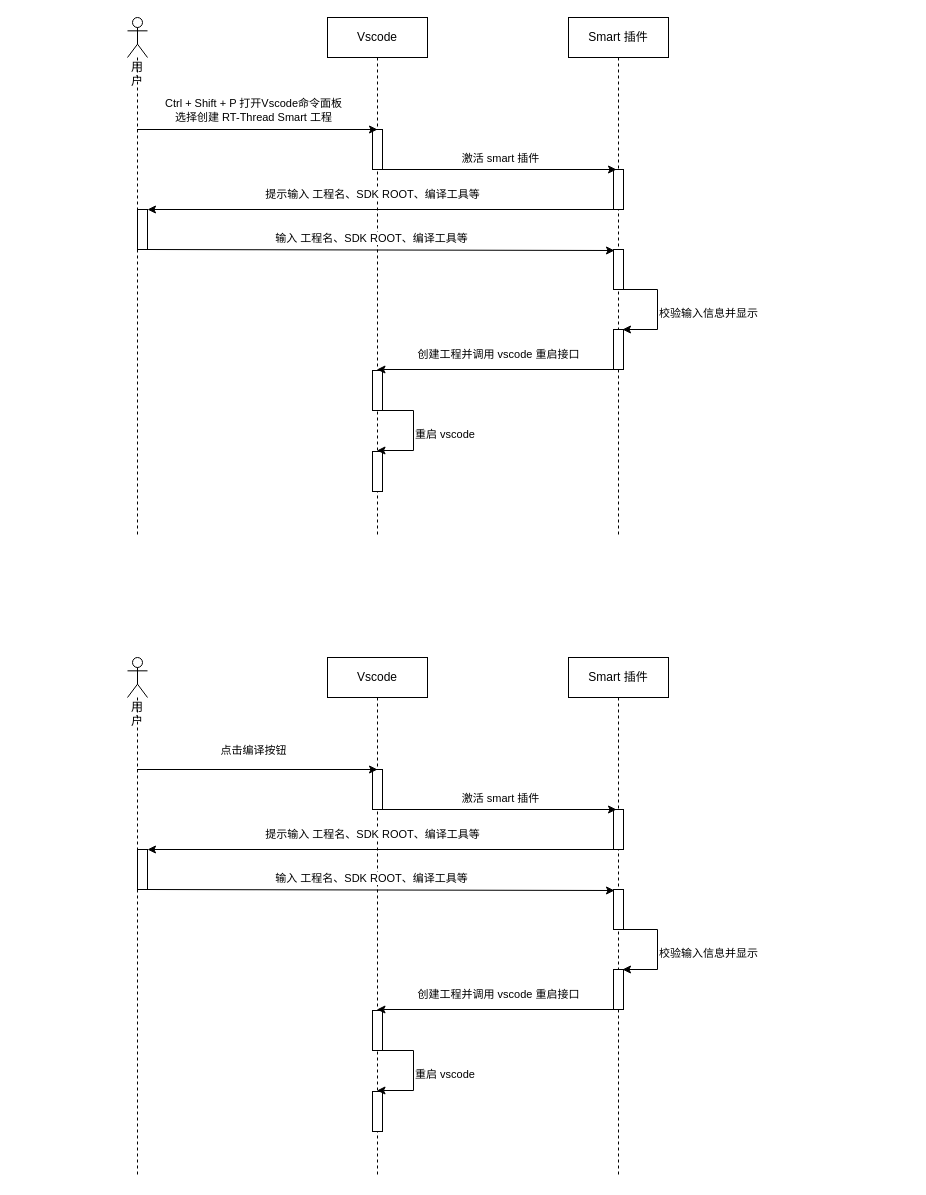
ErikChanGit/Draw.io keeps this draw.io diagram as vscode/smart-vscode.drawio. Above is the earlier version. Source tidied: cells renumbered, new cells numbered last; positions are measured from the earlier drawing's top-left corner, leaving out a move shared by most shapes. Both pictures are drawn from the tidied source at 100%, with x=0, y=0 at pixel (127, 17).
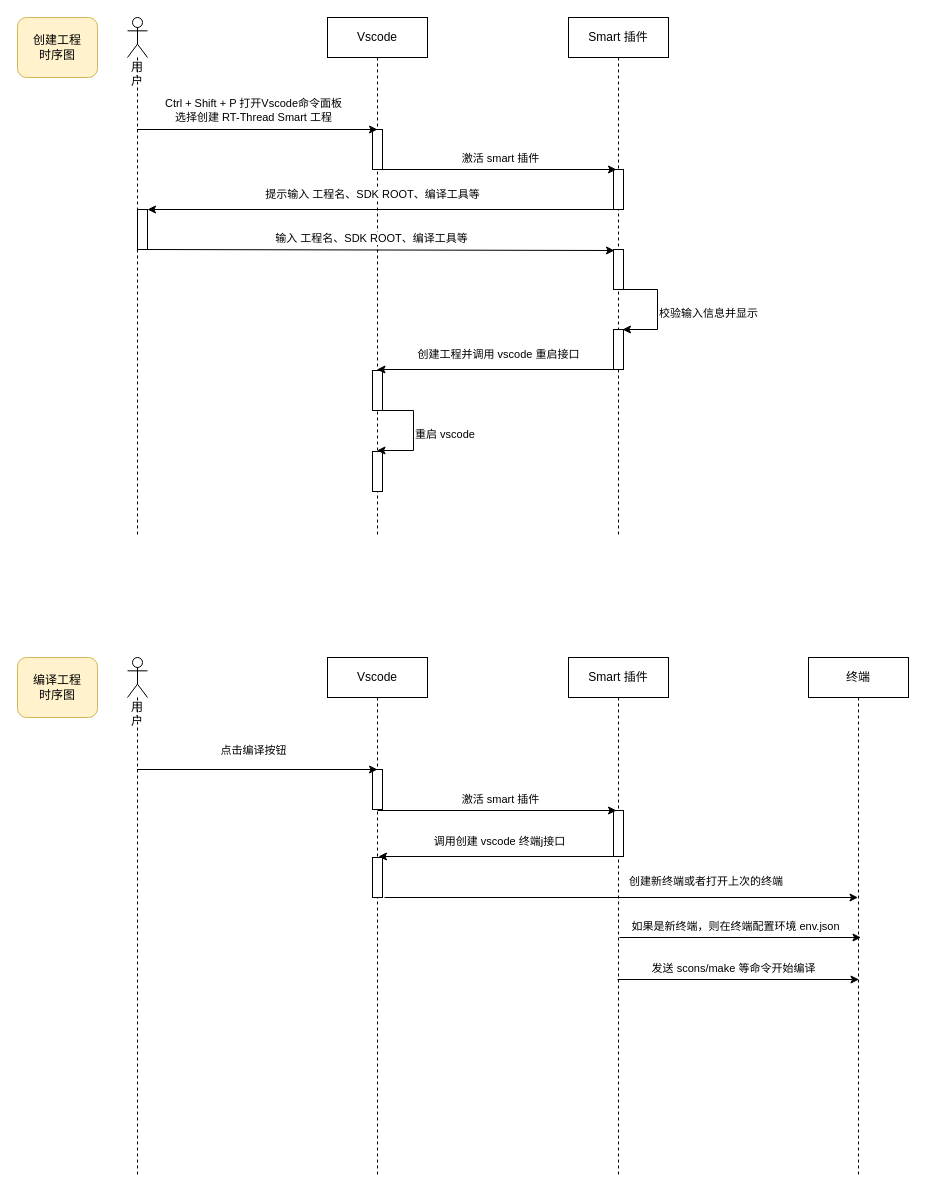
After the change.

Unchanged cells that the change refers to:
```xml
<mxCell id="30" value="Vscode" style="shape=umlLifeline;perimeter=lifelinePerimeter;whiteSpace=wrap;html=1;outlineConnect=0;" parent="1" vertex="1">
  <mxGeometry x="200" y="640" width="100" height="520" as="geometry" />
</mxCell>
<mxCell id="34" value="用户" style="shape=umlLifeline;participant=umlActor;perimeter=lifelinePerimeter;whiteSpace=wrap;html=1;verticalAlign=top;spacingTop=36;" parent="1" vertex="1">
  <mxGeometry y="640" width="20" height="520" as="geometry" />
</mxCell>
<mxCell id="36" value="Smart 插件" style="shape=umlLifeline;perimeter=lifelinePerimeter;whiteSpace=wrap;html=1;" parent="1" vertex="1">
  <mxGeometry x="441" y="640" width="100" height="520" as="geometry" />
</mxCell>
```

The edit, as a diff of the source:
```diff
@@
-    <mxCell id="32" style="html=1;perimeter=orthogonalPerimeter;" parent="30" vertex="1">
-      <mxGeometry x="45" y="353" width="10" height="40" as="geometry" />
-    </mxCell>
-    <mxCell id="33" style="html=1;perimeter=orthogonalPerimeter;" parent="30" vertex="1">
-      <mxGeometry x="45" y="434" width="10" height="40" as="geometry" />
-    </mxCell>
+    <mxCell id="58" style="html=1;perimeter=orthogonalPerimeter;" parent="30" vertex="1">
+      <mxGeometry x="45" y="200" width="10" height="40" as="geometry" />
+    </mxCell>
@@
-    <mxCell id="35" style="html=1;points=[];perimeter=orthogonalPerimeter;" parent="34" vertex="1">
-      <mxGeometry x="10" y="192" width="10" height="40" as="geometry" />
-    </mxCell>
@@
     <mxCell id="37" style="html=1;perimeter=orthogonalPerimeter;" parent="36" vertex="1">
-      <mxGeometry x="45" y="152" width="10" height="40" as="geometry" />
+      <mxGeometry x="45" y="153" width="10" height="46" as="geometry" />
     </mxCell>
-    <mxCell id="38" style="html=1;perimeter=orthogonalPerimeter;" parent="36" vertex="1">
-      <mxGeometry x="45" y="232" width="10" height="40" as="geometry" />
-    </mxCell>
-    <mxCell id="39" style="html=1;perimeter=orthogonalPerimeter;" parent="36" vertex="1">
-      <mxGeometry x="45" y="312" width="10" height="40" as="geometry" />
-    </mxCell>
-    <mxCell id="40" style="endArrow=classic;html=1;rounded=0;" parent="36" edge="1">
-      <mxGeometry relative="1" as="geometry">
-        <mxPoint x="89" y="312" as="sourcePoint" />
-        <mxPoint x="54" y="312" as="targetPoint" />
-      </mxGeometry>
-    </mxCell>
-    <mxCell id="41" style="endArrow=none;html=1;rounded=0;" parent="36" edge="1">
-      <mxGeometry relative="1" as="geometry">
-        <mxPoint x="55" y="272" as="sourcePoint" />
-        <mxPoint x="89" y="272" as="targetPoint" />
-      </mxGeometry>
-    </mxCell>
+    <mxCell id="48" style="endArrow=classic;html=1;rounded=0;" parent="36" edge="1" target="62">
+      <mxGeometry relative="1" as="geometry">
+        <mxPoint x="-184" y="240" as="sourcePoint" />
+      </mxGeometry>
+    </mxCell>
@@
     <mxCell id="44" style="endArrow=classic;html=1;rounded=0;entryX=0.3;entryY=0;entryDx=0;entryDy=0;entryPerimeter=0;" parent="1" edge="1">
       <mxGeometry relative="1" as="geometry">
-        <mxPoint x="250" y="792" as="sourcePoint" />
-        <mxPoint x="489" y="792" as="targetPoint" />
+        <mxPoint x="250" y="793" as="sourcePoint" />
+        <mxPoint x="489" y="793" as="targetPoint" />
       </mxGeometry>
     </mxCell>
@@
-    <mxCell id="46" style="endArrow=classic;html=1;rounded=0;exitX=0.1;exitY=0.333;exitDx=0;exitDy=0;exitPerimeter=0;" parent="1" edge="1" target="35">
-      <mxGeometry relative="1" as="geometry">
-        <mxPoint x="487" y="832" as="sourcePoint" />
-      </mxGeometry>
-    </mxCell>
-    <mxCell id="47" value="提示输入 工程名、SDK ROOT、编译工具等" style="edgeLabel;html=1;align=center;verticalAlign=middle;" parent="46" vertex="1">
-      <mxGeometry x="-0.21" y="-2" relative="1" as="geometry">
-        <mxPoint x="-59" y="-14" as="offset" />
-      </mxGeometry>
-    </mxCell>
-    <mxCell id="48" style="endArrow=classic;html=1;rounded=0;entryX=0.1;entryY=0.675;entryDx=0;entryDy=0;entryPerimeter=0;" parent="1" edge="1">
-      <mxGeometry relative="1" as="geometry">
-        <mxPoint x="19.8" y="872" as="sourcePoint" />
-        <mxPoint x="487" y="873" as="targetPoint" />
-      </mxGeometry>
-    </mxCell>
-    <mxCell id="49" value="输入 工程名、SDK ROOT、编译工具等" style="edgeLabel;html=1;align=center;verticalAlign=middle;" parent="48" vertex="1">
-      <mxGeometry x="-0.21" y="-2" relative="1" as="geometry">
-        <mxPoint x="39" y="-14" as="offset" />
-      </mxGeometry>
-    </mxCell>
-    <mxCell id="50" style="endArrow=classic;html=1;rounded=0;" parent="1" edge="1">
-      <mxGeometry relative="1" as="geometry">
-        <mxPoint x="491" y="992" as="sourcePoint" />
-        <mxPoint x="249.5" y="992" as="targetPoint" />
-      </mxGeometry>
-    </mxCell>
-    <mxCell id="51" value="创建工程并调用 vscode 重启接口" style="edgeLabel;html=1;align=center;verticalAlign=middle;" parent="50" vertex="1">
-      <mxGeometry x="-0.21" y="-2" relative="1" as="geometry">
-        <mxPoint x="-26" y="-14" as="offset" />
-      </mxGeometry>
-    </mxCell>
-    <mxCell id="52" style="endArrow=none;html=1;rounded=0;" parent="1" edge="1">
-      <mxGeometry relative="1" as="geometry">
-        <mxPoint x="530" y="952" as="sourcePoint" />
-        <mxPoint x="530" y="912" as="targetPoint" />
-      </mxGeometry>
-    </mxCell>
-    <mxCell id="53" value="&lt;span style=&quot;color: rgb(0, 0, 0); font-family: helvetica; font-size: 11px; font-style: normal; font-weight: 400; letter-spacing: normal; text-align: center; text-indent: 0px; text-transform: none; word-spacing: 0px; background-color: rgb(255, 255, 255); display: inline; float: none;&quot;&gt;校验输入信息并显示&lt;/span&gt;" style="text;whiteSpace=wrap;html=1;" parent="1" vertex="1">
-      <mxGeometry x="530" y="922" width="130" height="30" as="geometry" />
-    </mxCell>
-    <mxCell id="54" style="endArrow=classic;html=1;rounded=0;" parent="1" edge="1" target="30">
-      <mxGeometry relative="1" as="geometry">
-        <mxPoint x="286" y="1073" as="sourcePoint" />
-      </mxGeometry>
-    </mxCell>
-    <mxCell id="55" style="endArrow=none;html=1;rounded=0;" parent="1" edge="1">
-      <mxGeometry relative="1" as="geometry">
-        <mxPoint x="252" y="1033" as="sourcePoint" />
-        <mxPoint x="286" y="1033" as="targetPoint" />
-      </mxGeometry>
-    </mxCell>
-    <mxCell id="56" style="endArrow=none;html=1;rounded=0;" parent="1" edge="1">
-      <mxGeometry relative="1" as="geometry">
-        <mxPoint x="286" y="1073" as="sourcePoint" />
-        <mxPoint x="286" y="1033" as="targetPoint" />
-      </mxGeometry>
-    </mxCell>
-    <mxCell id="57" value="&lt;span style=&quot;color: rgb(0 , 0 , 0) ; font-family: &amp;#34;helvetica&amp;#34; ; font-size: 11px ; font-style: normal ; font-weight: 400 ; letter-spacing: normal ; text-align: center ; text-indent: 0px ; text-transform: none ; word-spacing: 0px ; background-color: rgb(255 , 255 , 255) ; display: inline ; float: none&quot;&gt;重启 vscode&lt;/span&gt;" style="text;whiteSpace=wrap;html=1;" parent="1" vertex="1">
-      <mxGeometry x="286" y="1043" width="130" height="30" as="geometry" />
-    </mxCell>
+    <mxCell id="59" style="endArrow=classic;html=1;rounded=0;" parent="1" edge="1">
+      <mxGeometry relative="1" as="geometry">
+        <mxPoint x="492.5" y="839" as="sourcePoint" />
+        <mxPoint x="251" y="839" as="targetPoint" />
+      </mxGeometry>
+    </mxCell>
+    <mxCell id="60" value="调用创建 vscode 终端j接口" style="edgeLabel;html=1;align=center;verticalAlign=middle;" parent="59" vertex="1">
+      <mxGeometry x="-0.21" y="-2" relative="1" as="geometry">
+        <mxPoint x="-26" y="-14" as="offset" />
+      </mxGeometry>
+    </mxCell>
+    <mxCell id="61" value="&lt;span style=&quot;color: rgb(0 , 0 , 0) ; font-family: &amp;#34;helvetica&amp;#34; ; font-size: 11px ; font-style: normal ; font-weight: 400 ; letter-spacing: normal ; text-align: center ; text-indent: 0px ; text-transform: none ; word-spacing: 0px ; background-color: rgb(255 , 255 , 255) ; display: inline ; float: none&quot;&gt;创建新终端或者打开上次的终端&lt;/span&gt;" style="text;whiteSpace=wrap;html=1;" parent="1" vertex="1">
+      <mxGeometry x="500" y="850" width="170" height="30" as="geometry" />
+    </mxCell>
+    <mxCell id="62" value="终端" style="shape=umlLifeline;perimeter=lifelinePerimeter;whiteSpace=wrap;html=1;outlineConnect=0;" parent="1" vertex="1">
+      <mxGeometry x="681" y="640" width="100" height="520" as="geometry" />
+    </mxCell>
+    <mxCell id="63" style="endArrow=classic;html=1;rounded=0;" parent="1" edge="1">
+      <mxGeometry relative="1" as="geometry">
+        <mxPoint x="490" y="962" as="sourcePoint" />
+        <mxPoint x="731.5" y="962" as="targetPoint" />
+      </mxGeometry>
+    </mxCell>
+    <mxCell id="64" value="发送 scons/make 等命令开始编译" style="edgeLabel;html=1;align=center;verticalAlign=middle;" parent="63" vertex="1">
+      <mxGeometry x="-0.21" y="-2" relative="1" as="geometry">
+        <mxPoint x="20" y="-14" as="offset" />
+      </mxGeometry>
+    </mxCell>
+    <mxCell id="65" style="endArrow=classic;html=1;rounded=0;" parent="1" edge="1">
+      <mxGeometry relative="1" as="geometry">
+        <mxPoint x="492" y="920" as="sourcePoint" />
+        <mxPoint x="733.5" y="920" as="targetPoint" />
+      </mxGeometry>
+    </mxCell>
+    <mxCell id="66" value="如果是新终端，则在终端配置环境 env.json" style="edgeLabel;html=1;align=center;verticalAlign=middle;" parent="65" vertex="1">
+      <mxGeometry x="-0.21" y="-2" relative="1" as="geometry">
+        <mxPoint x="20" y="-14" as="offset" />
+      </mxGeometry>
+    </mxCell>
+    <mxCell id="67" value="创建工程&lt;br&gt;时序图" style="rounded=1;whiteSpace=wrap;html=1;fillColor=#fff2cc;strokeColor=#d6b656;" parent="1" vertex="1">
+      <mxGeometry x="-110" width="80" height="60" as="geometry" />
+    </mxCell>
+    <mxCell id="68" value="编译工程&lt;br&gt;时序图" style="rounded=1;whiteSpace=wrap;html=1;fillColor=#fff2cc;strokeColor=#d6b656;" parent="1" vertex="1">
+      <mxGeometry x="-110" y="640" width="80" height="60" as="geometry" />
+    </mxCell>
```
